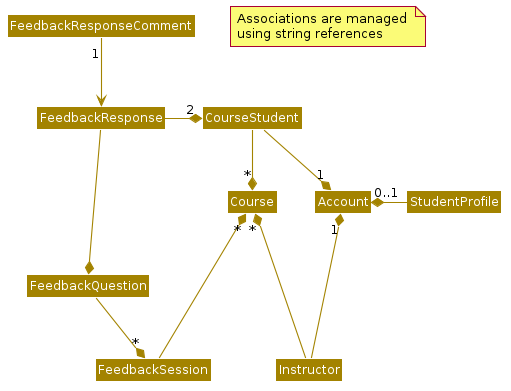
This is diagrams/StorageClassDiagram.png from devashish-rane/teammates, a PlantUML export, as it was before one commit. Its source is kept beside it as diagrams/StorageClassDiagram.puml.
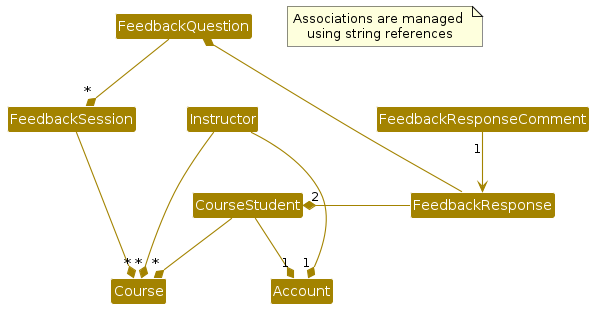
After the commit.

Diff of the diagram source:
```diff
@@ -1,5 +1,5 @@
 @startuml
-!include diagrams/style.puml
+!include style.puml
 skinparam arrowThickness 1.1
 skinparam arrowColor STORAGE_COLOR
 skinparam classBackgroundColor STORAGE_COLOR
@@ -11,7 +11,6 @@
 class Course
 class Account
 class FeedbackSession
-class StudentProfile
 class Instructor
 
 note "Associations are managed \nusing string references" as note1
@@ -24,6 +23,5 @@
 FeedbackSession -down--* "*" Course
 Instructor -down--* "*" Course
 Instructor -down--* "1" Account
-StudentProfile -right--* "0..1" Account
 
 @enduml
```
